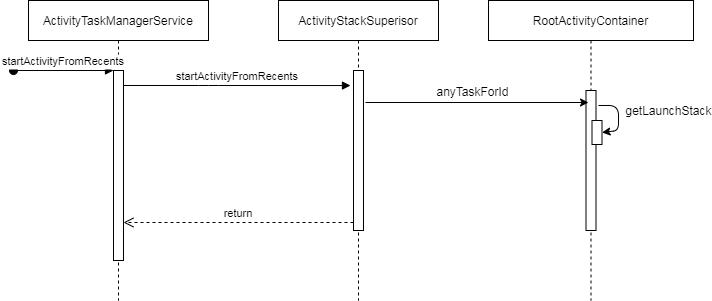
This is diagrams/SplitScreen.png from DrMoring/drawing, a draw.io export, as it was before one commit. Source tidied: cells renumbered, new cells last; positions are measured from the earlier drawing's top-left corner, leaving out a move shared by most shapes.
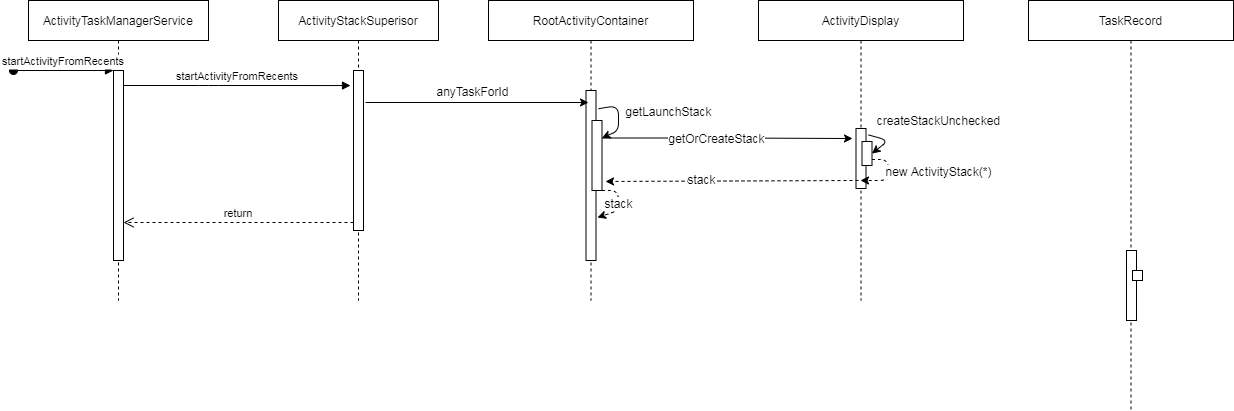
Later version of the same file.

The edit, as a diff of the source:
```diff
@@ -33,12 +33,12 @@
       <mxGeometry x="475" width="205" height="300" as="geometry" />
     </mxCell>
     <mxCell id="10" style="points=[];perimeter=orthogonalPerimeter;rounded=0;shadow=0;strokeWidth=1;" parent="9" vertex="1">
-      <mxGeometry x="97.5" y="90" width="10" height="140" as="geometry" />
+      <mxGeometry x="97.5" y="90" width="10" height="170" as="geometry" />
     </mxCell>
     <mxCell id="11" style="rounded=0;whiteSpace=wrap;html=1;" parent="9" vertex="1">
-      <mxGeometry x="103.5" y="120" width="10" height="24" as="geometry" />
+      <mxGeometry x="103.5" y="120" width="10" height="70" as="geometry" />
     </mxCell>
-    <mxCell id="12" value="getLaunchStack" style="endArrow=classic;html=1;exitX=1.25;exitY=0.107;exitDx=0;exitDy=0;exitPerimeter=0;entryX=1;entryY=0.5;entryDx=0;entryDy=0;" parent="9" edge="1" source="10" target="11">
+    <mxCell id="12" value="getLaunchStack" style="endArrow=classic;html=1;exitX=1.25;exitY=0.107;exitDx=0;exitDy=0;exitPerimeter=0;entryX=1;entryY=0.25;entryDx=0;entryDy=0;" parent="9" edge="1" source="10" target="11">
       <mxGeometry x="-0.19" y="50" relative="1" as="geometry">
         <Array as="points">
           <mxPoint x="130" y="105" />
@@ -46,6 +46,14 @@
         </Array>
       </mxGeometry>
     </mxCell>
+    <mxCell id="15" value="stack" style="endArrow=classic;html=1;dashed=1;exitX=1;exitY=1;exitDx=0;exitDy=0;entryX=1.15;entryY=0.747;entryDx=0;entryDy=0;entryPerimeter=0;" parent="9" edge="1" source="11" target="10">
+      <mxGeometry relative="1" as="geometry">
+        <Array as="points">
+          <mxPoint x="130" y="190" />
+          <mxPoint x="130" y="210" />
+        </Array>
+      </mxGeometry>
+    </mxCell>
     <mxCell id="13" style="endArrow=classic;html=1;exitX=1.2;exitY=0.2;exitDx=0;exitDy=0;exitPerimeter=0;" parent="1" edge="1">
       <mxGeometry relative="1" as="geometry">
         <mxPoint x="352" y="102" as="sourcePoint" />
@@ -57,5 +65,55 @@
         <mxPoint x="11" y="-11" as="offset" />
       </mxGeometry>
     </mxCell>
+    <mxCell id="16" value="ActivityDisplay" style="shape=umlLifeline;perimeter=lifelinePerimeter;rounded=0;shadow=0;strokeWidth=1;" parent="1" vertex="1">
+      <mxGeometry x="745" width="205" height="300" as="geometry" />
+    </mxCell>
+    <mxCell id="17" style="points=[];perimeter=orthogonalPerimeter;rounded=0;shadow=0;strokeWidth=1;" parent="16" vertex="1">
+      <mxGeometry x="97.5" y="128" width="10" height="60" as="geometry" />
+    </mxCell>
+    <mxCell id="18" style="rounded=0;whiteSpace=wrap;html=1;" parent="16" vertex="1">
+      <mxGeometry x="103.5" y="141" width="10" height="24" as="geometry" />
+    </mxCell>
+    <mxCell id="19" value="createStackUnchecked" style="endArrow=classic;html=1;exitX=1.25;exitY=0.107;exitDx=0;exitDy=0;exitPerimeter=0;entryX=1;entryY=0.5;entryDx=0;entryDy=0;" parent="16" edge="1" source="17" target="18">
+      <mxGeometry x="-0.01" y="54" relative="1" as="geometry">
+        <Array as="points">
+          <mxPoint x="130" y="140" />
+        </Array>
+        <mxPoint x="17" y="-63" as="offset" />
+      </mxGeometry>
+    </mxCell>
+    <mxCell id="20" value="new ActivityStack(*)" style="endArrow=classic;html=1;exitX=1;exitY=0.75;exitDx=0;exitDy=0;dashed=1;" parent="16" edge="1" source="18" target="16">
+      <mxGeometry x="-0.16" y="50" relative="1" as="geometry">
+        <Array as="points">
+          <mxPoint x="130" y="159" />
+          <mxPoint x="130" y="180" />
+        </Array>
+      </mxGeometry>
+    </mxCell>
+    <mxCell id="21" style="edgeStyle=orthogonalEdgeStyle;rounded=0;jettySize=auto;html=1;exitX=1;exitY=0.25;exitDx=0;exitDy=0;entryX=-0.35;entryY=0.167;entryDx=0;entryDy=0;entryPerimeter=0;" parent="1" edge="1" source="11" target="17">
+      <mxGeometry relative="1" as="geometry" />
+    </mxCell>
+    <mxCell id="22" value="getOrCreateStack" style="edgeLabel;html=1;align=center;verticalAlign=middle;" parent="21" vertex="1">
+      <mxGeometry x="-0.1" relative="1" as="geometry">
+        <mxPoint x="1" as="offset" />
+      </mxGeometry>
+    </mxCell>
+    <mxCell id="23" style="endArrow=classic;html=1;dashed=1;entryX=1.35;entryY=0.871;entryDx=0;entryDy=0;entryPerimeter=0;" parent="1" edge="1" target="11">
+      <mxGeometry relative="1" as="geometry">
+        <mxPoint x="845" y="180" as="sourcePoint" />
+      </mxGeometry>
+    </mxCell>
+    <mxCell id="24" value="stack" style="edgeLabel;html=1;align=center;verticalAlign=middle;" parent="23" vertex="1">
+      <mxGeometry x="0.24" y="-2" relative="1" as="geometry" />
+    </mxCell>
+    <mxCell id="25" value="TaskRecord" style="shape=umlLifeline;perimeter=lifelinePerimeter;rounded=0;shadow=0;strokeWidth=1;" parent="1" vertex="1">
+      <mxGeometry x="1015" width="205" height="410" as="geometry" />
+    </mxCell>
+    <mxCell id="26" style="perimeter=orthogonalPerimeter;rounded=0;shadow=0;strokeWidth=1;" parent="25" vertex="1">
+      <mxGeometry x="98" y="250" width="10" height="70" as="geometry" />
+    </mxCell>
+    <mxCell id="27" style="rounded=0;whiteSpace=wrap;html=1;" parent="25" vertex="1">
+      <mxGeometry x="104" y="270" width="10" height="10" as="geometry" />
+    </mxCell>
   </root>
 </mxGraphModel>
```
